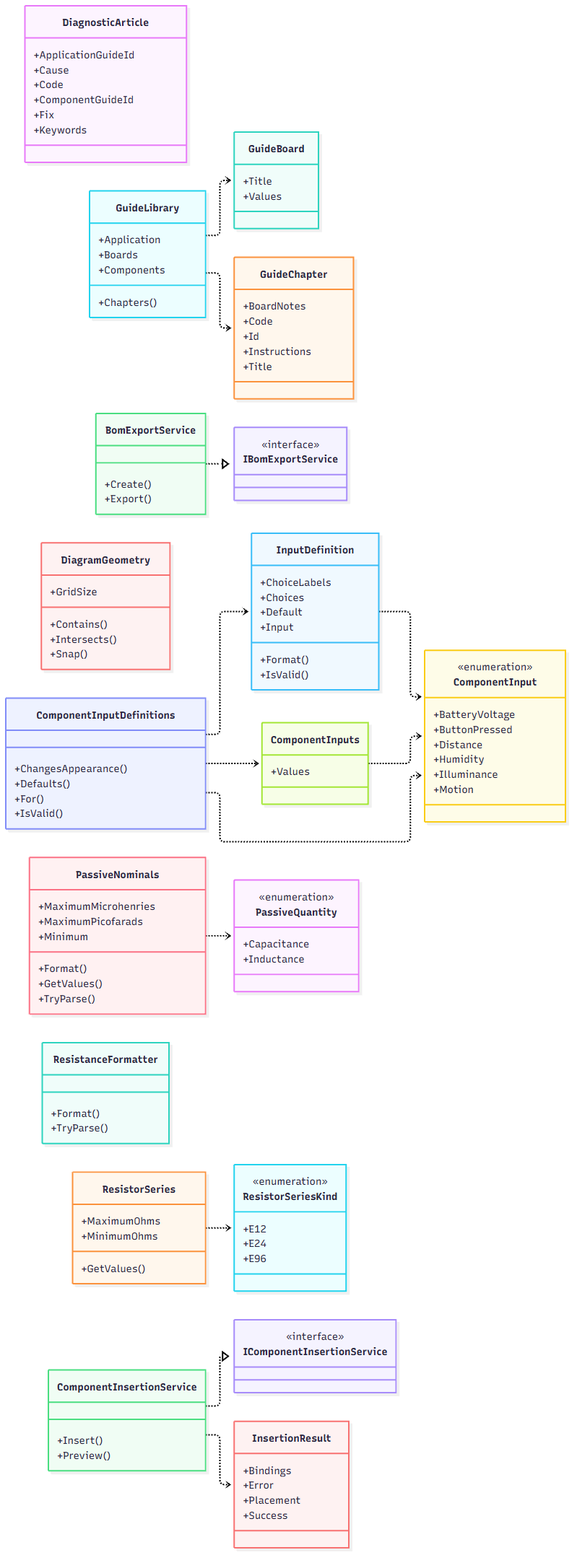
Ismail-DEV-dg/3D-physical-Technical-constructor keeps this Mermaid diagram as docs/uml/images/support-core-01.png. Above is the earlier version. Its source is kept beside it as docs/uml/generated/support-core-01.mmd.
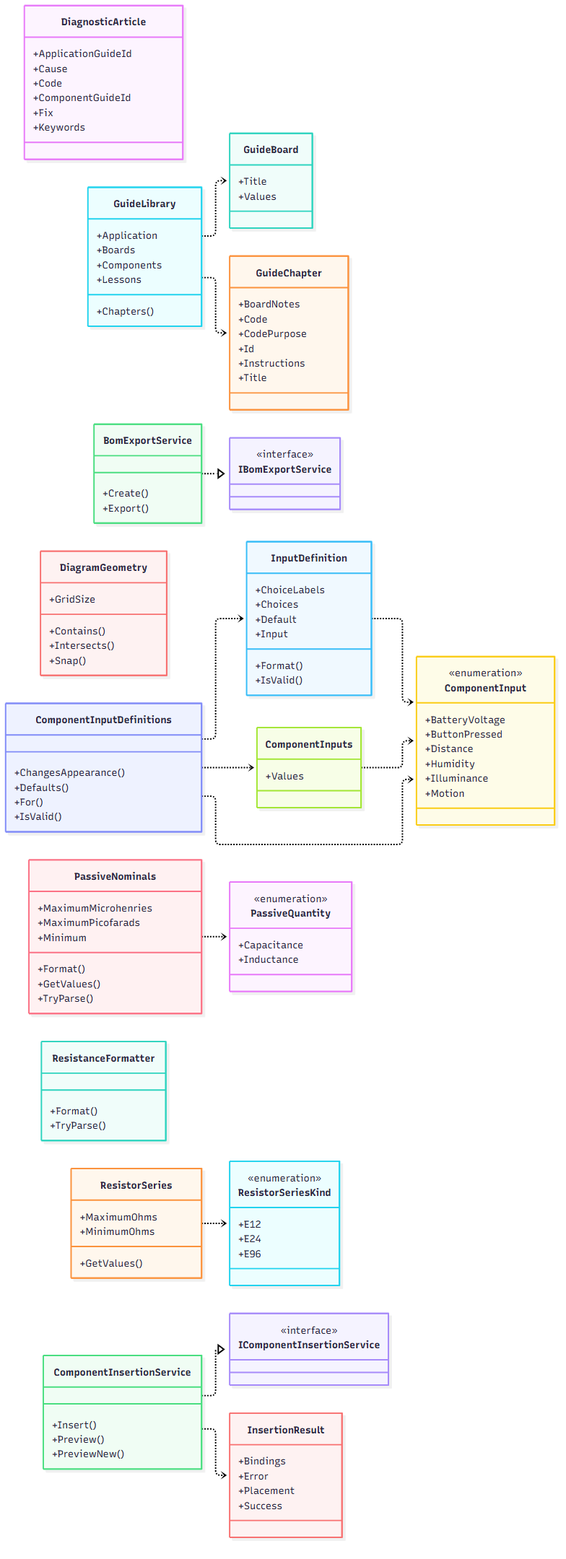
After the change.

Diff of the diagram source:
```diff
@@ -13,6 +13,7 @@
     class T03["GuideChapter"]
     T03 : +BoardNotes
     T03 : +Code
+    T03 : +CodePurpose
     T03 : +Id
     T03 : +Instructions
     T03 : +Title
@@ -21,6 +22,7 @@
     T04 : +Boards
     T04 : +Chapters()
     T04 : +Components
+    T04 : +Lessons
     class T05["BomExportService"]
     T05 : +Create()
     T05 : +Export()
@@ -79,6 +81,7 @@
     class T17["ComponentInsertionService"]
     T17 : +Insert()
     T17 : +Preview()
+    T17 : +PreviewNew()
     class T18["IComponentInsertionService"]
     <<interface>> T18
     class T19["InsertionResult"]
```
